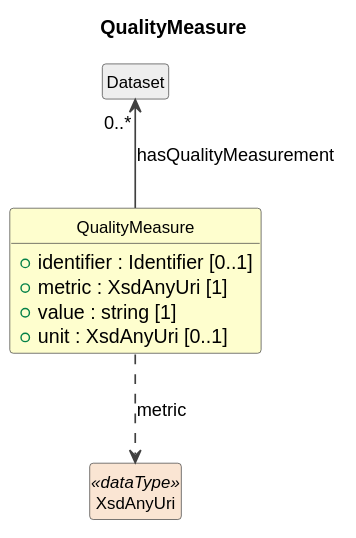
This is cdif-uml-model/_plantuml/cdifDiscovery/Classes/QualityMeasure.svg from Cross-Domain-Interoperability-Framework/metadataBuildingBlocks, a PlantUML export, as it was before one commit. Its diagram source:
```plantuml
@startuml
title QualityMeasure
hide circle
hide empty members
skinparam shadowing false
skinparam ArrowThickness 1.2
skinparam class {
  ArrowColor #404040
  BorderColor #404040
  FontSize 12
}

class "QualityMeasure" as QualityMeasure #FEFECE {
  +identifier : Identifier [0..1]
  +metric : XsdAnyUri [1]
  +value : string [1]
  +unit : XsdAnyUri [0..1]
}
class "Dataset" as Dataset #EEEEEE
Dataset "0..*" <-- QualityMeasure : hasQualityMeasurement
class "XsdAnyUri" as XsdAnyUri <<dataType>> #FAE5D3
QualityMeasure ..> XsdAnyUri : metric
@enduml
```
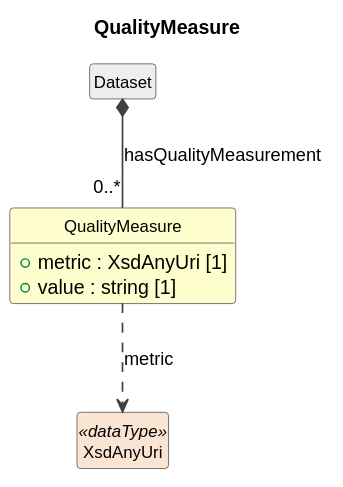
Above is the later version.

What changed in the source:
```diff
@@ -11,13 +11,11 @@
 }
 
 class "QualityMeasure" as QualityMeasure #FEFECE {
-  +identifier : Identifier [0..1]
   +metric : XsdAnyUri [1]
   +value : string [1]
-  +unit : XsdAnyUri [0..1]
 }
 class "Dataset" as Dataset #EEEEEE
-Dataset "0..*" <-- QualityMeasure : hasQualityMeasurement
+Dataset *-- "0..*" QualityMeasure : hasQualityMeasurement
 class "XsdAnyUri" as XsdAnyUri <<dataType>> #FAE5D3
 QualityMeasure ..> XsdAnyUri : metric
 @enduml
```
